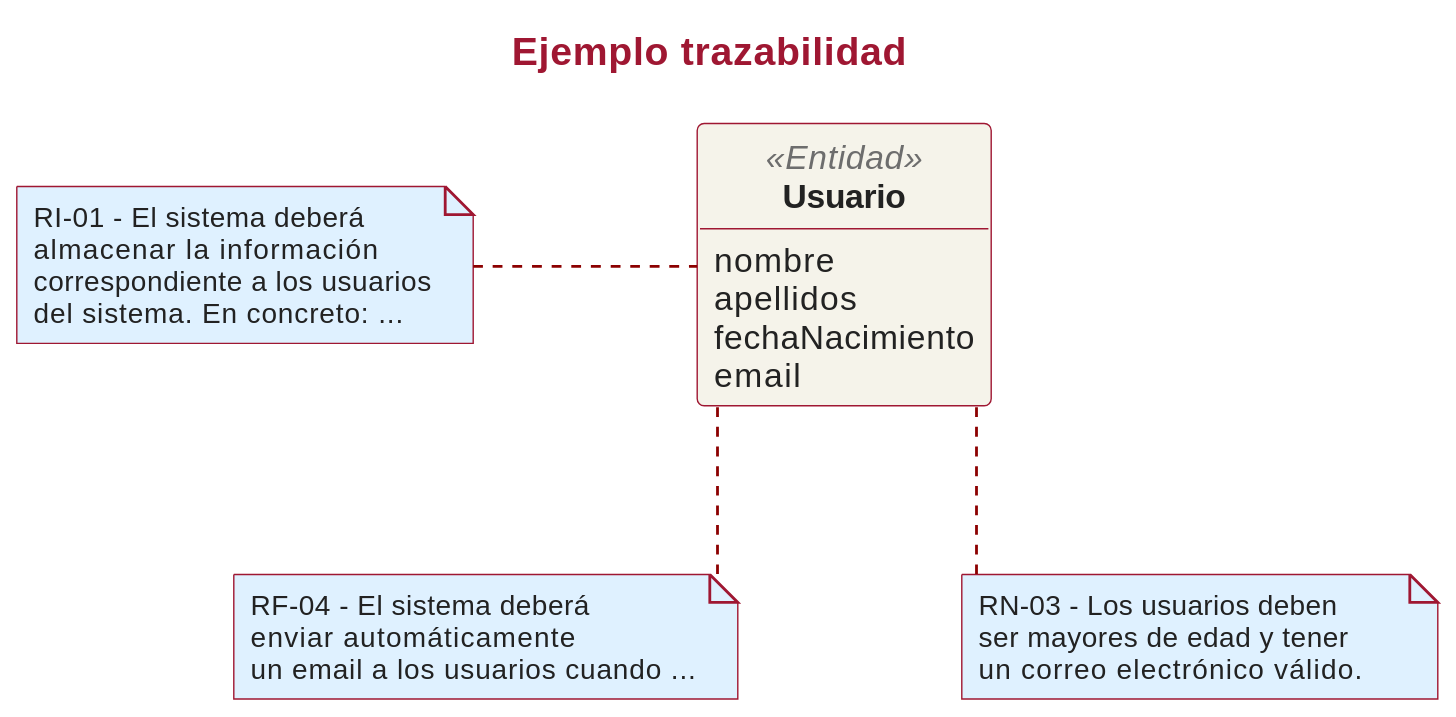
This is assets/slides/iissi1/t6-introduccion-al-modelado-conceptual/puml/dc-trazabilidad.svg from IISSI-US/web, a PlantUML export, as it was before one commit.
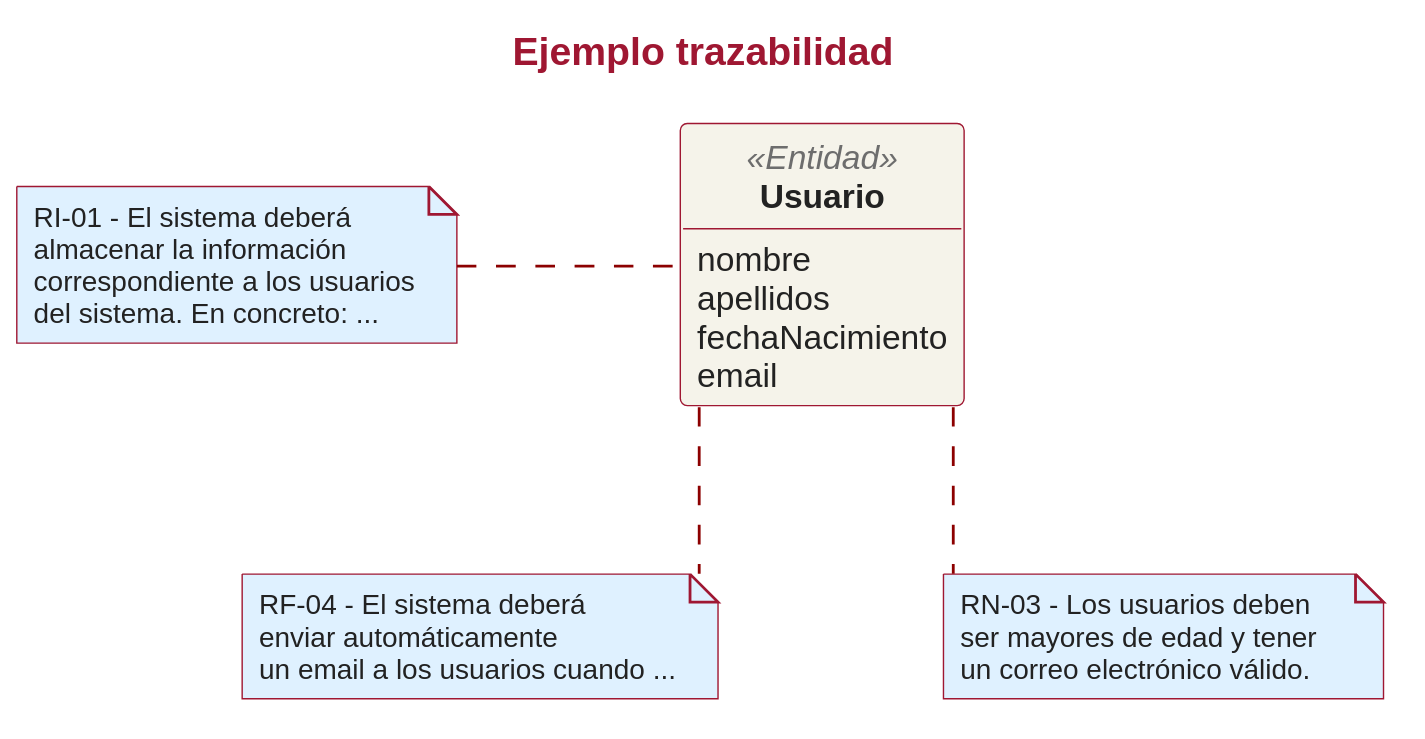
Later version of the same file.

Change to the diagram source:
```diff
@@ -3,7 +3,12 @@
 
 !include ../../puml/teoria.iuml
 
-!include Usuario.iuml
+Class Usuario << Entidad >>{
+  nombre
+  apellidos
+  fechaNacimiento
+  email
+}
 
 note left of Usuario
 RI-01 - El sistema deberá
```
